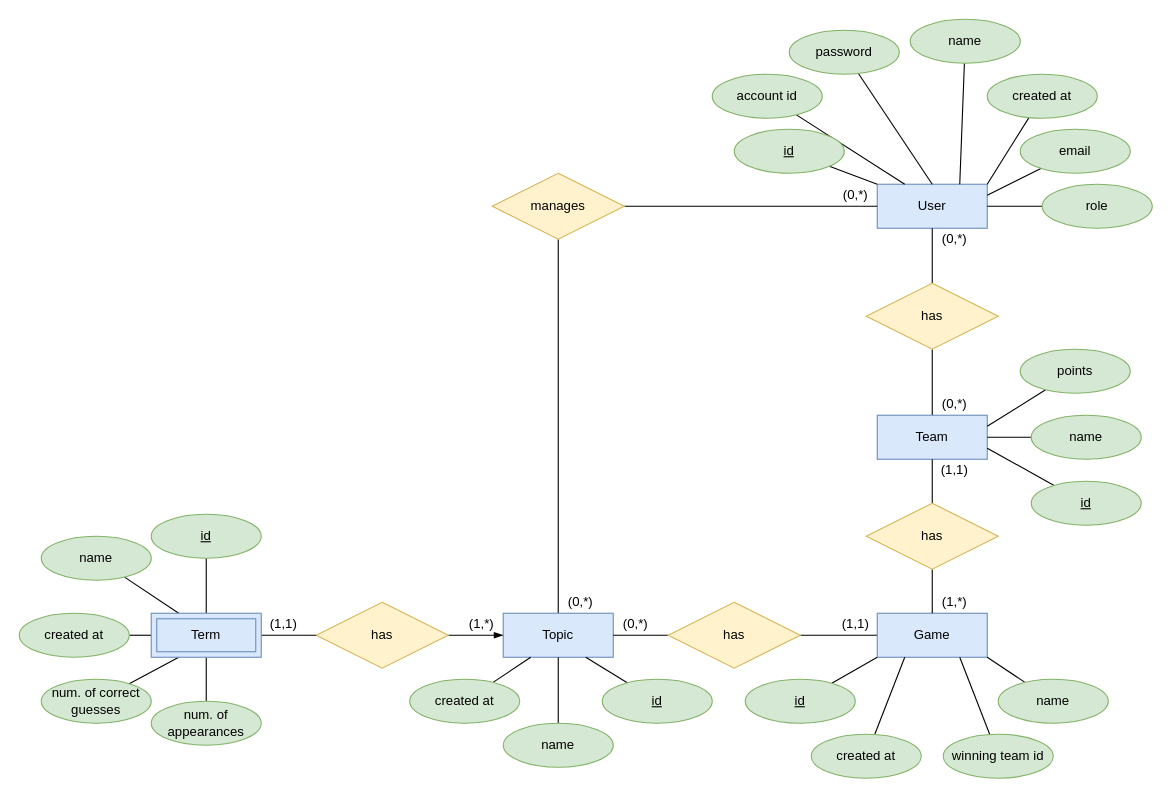
Above: documentation/er_diagram.drawio in BeyerMart/softwareEngineeringClass-timeGuessGame (draw.io), before the change. Source tidied: cells renumbered, new cells numbered last; positions are measured from the earlier drawing's top-left corner, leaving out a move shared by most shapes. Both pictures are drawn from the tidied source at 110%, with x=0, y=0 at pixel (19, 19).
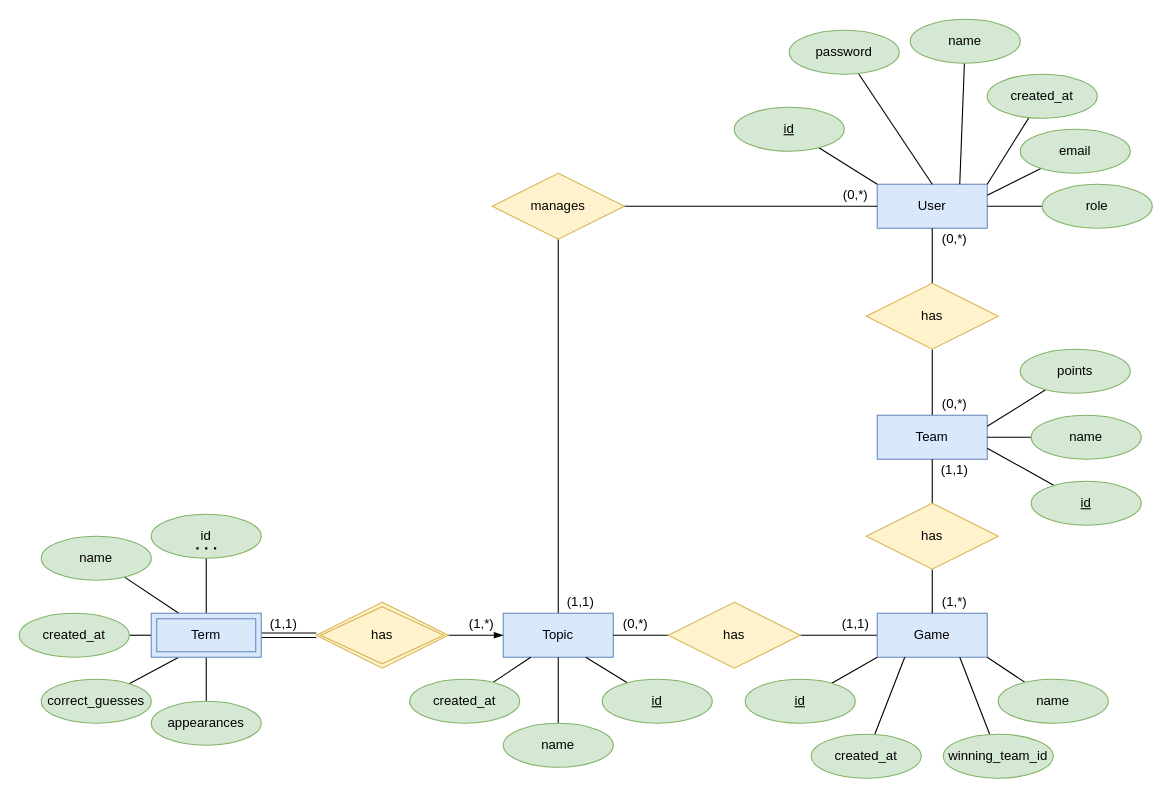
Above is the later version.

Commit message:
Fix ER diagram topic user relationship

Unchanged cells that the change refers to:
```xml
<mxCell id="2" value="&lt;div&gt;User&lt;/div&gt;" style="whiteSpace=wrap;html=1;align=center;fillColor=#dae8fc;strokeColor=#6c8ebf;" parent="1" vertex="1">
  <mxGeometry x="780" y="150" width="100" height="40" as="geometry" />
</mxCell>
<mxCell id="72" value="Term" style="shape=ext;margin=3;double=1;whiteSpace=wrap;html=1;align=center;fillColor=#dae8fc;strokeColor=#6c8ebf;" parent="1" vertex="1">
  <mxGeometry x="120" y="540" width="100" height="40" as="geometry" />
</mxCell>
```

What changed in the source:
```diff
@@
-    <mxCell id="9" style="edgeStyle=none;rounded=0;jettySize=auto;html=1;entryX=0.25;entryY=0;entryDx=0;entryDy=0;endArrow=none;endFill=0;" parent="1" edge="1" source="10" target="2">
-      <mxGeometry relative="1" as="geometry" />
-    </mxCell>
-    <mxCell id="10" value="account id" style="ellipse;whiteSpace=wrap;html=1;align=center;fillColor=#d5e8d4;strokeColor=#82b366;" parent="1" vertex="1">
-      <mxGeometry x="630" y="50" width="100" height="40" as="geometry" />
-    </mxCell>
@@
     <mxCell id="32" value="&lt;u&gt;id&lt;/u&gt;" style="ellipse;whiteSpace=wrap;html=1;align=center;fillColor=#d5e8d4;strokeColor=#82b366;" parent="1" vertex="1">
-      <mxGeometry x="650" y="100" width="100" height="40" as="geometry" />
+      <mxGeometry x="650" y="80" width="100" height="40" as="geometry" />
     </mxCell>
@@
-    <mxCell id="34" value="created at" style="ellipse;whiteSpace=wrap;html=1;align=center;fillColor=#d5e8d4;strokeColor=#82b366;" parent="1" vertex="1">
+    <mxCell id="34" value="created_at" style="ellipse;whiteSpace=wrap;html=1;align=center;fillColor=#d5e8d4;strokeColor=#82b366;" parent="1" vertex="1">
       <mxGeometry x="880" y="50" width="100" height="40" as="geometry" />
     </mxCell>
@@
-    <mxCell id="42" value="(0,*)" style="text;html=1;align=center;verticalAlign=middle;" parent="1" vertex="1">
+    <mxCell id="42" value="(1,1)" style="text;html=1;align=center;verticalAlign=middle;" parent="1" vertex="1">
       <mxGeometry x="490" y="520" width="40" height="20" as="geometry" />
     </mxCell>
@@
-    <mxCell id="45" value="created at" style="ellipse;whiteSpace=wrap;html=1;align=center;fillColor=#d5e8d4;strokeColor=#82b366;" parent="1" vertex="1">
+    <mxCell id="45" value="created_at" style="ellipse;whiteSpace=wrap;html=1;align=center;fillColor=#d5e8d4;strokeColor=#82b366;" parent="1" vertex="1">
       <mxGeometry y="540" width="100" height="40" as="geometry" />
     </mxCell>
@@
-    <mxCell id="47" value="created at" style="ellipse;whiteSpace=wrap;html=1;align=center;fillColor=#d5e8d4;strokeColor=#82b366;" parent="1" vertex="1">
+    <mxCell id="47" value="created_at" style="ellipse;whiteSpace=wrap;html=1;align=center;fillColor=#d5e8d4;strokeColor=#82b366;" parent="1" vertex="1">
       <mxGeometry x="355" y="600" width="100" height="40" as="geometry" />
     </mxCell>
@@
-    <mxCell id="49" value="created at" style="ellipse;whiteSpace=wrap;html=1;align=center;fillColor=#d5e8d4;strokeColor=#82b366;" parent="1" vertex="1">
+    <mxCell id="49" value="created_at" style="ellipse;whiteSpace=wrap;html=1;align=center;fillColor=#d5e8d4;strokeColor=#82b366;" parent="1" vertex="1">
       <mxGeometry x="720" y="650" width="100" height="40" as="geometry" />
     </mxCell>
@@
-    <mxCell id="51" value="num. of correct guesses" style="ellipse;whiteSpace=wrap;html=1;align=center;fillColor=#d5e8d4;strokeColor=#82b366;" parent="1" vertex="1">
+    <mxCell id="51" value="correct_guesses" style="ellipse;whiteSpace=wrap;html=1;align=center;fillColor=#d5e8d4;strokeColor=#82b366;" parent="1" vertex="1">
       <mxGeometry x="20" y="600" width="100" height="40" as="geometry" />
     </mxCell>
@@
-    <mxCell id="53" value="num. of appearances" style="ellipse;whiteSpace=wrap;html=1;align=center;fillColor=#d5e8d4;strokeColor=#82b366;" parent="1" vertex="1">
+    <mxCell id="53" value="appearances" style="ellipse;whiteSpace=wrap;html=1;align=center;fillColor=#d5e8d4;strokeColor=#82b366;" parent="1" vertex="1">
       <mxGeometry x="120" y="620" width="100" height="40" as="geometry" />
     </mxCell>
@@
-    <mxCell id="55" value="has" style="shape=rhombus;perimeter=rhombusPerimeter;whiteSpace=wrap;html=1;align=center;fillColor=#fff2cc;strokeColor=#d6b656;" parent="1" vertex="1">
+    <mxCell id="55" value="has" style="shape=rhombus;perimeter=rhombusPerimeter;whiteSpace=wrap;html=1;align=center;fillColor=#fff2cc;strokeColor=#d6b656;double=1;" parent="1" vertex="1">
       <mxGeometry x="270" y="530" width="120" height="60" as="geometry" />
     </mxCell>
@@
-    <mxCell id="70" value="&lt;u&gt;id&lt;/u&gt;" style="ellipse;whiteSpace=wrap;html=1;align=center;fillColor=#d5e8d4;strokeColor=#82b366;" parent="1" vertex="1">
+    <mxCell id="70" value="&lt;span&gt;id&lt;/span&gt;" style="ellipse;whiteSpace=wrap;html=1;align=center;fillColor=#d5e8d4;strokeColor=#82b366;fontStyle=0;" parent="1" vertex="1">
       <mxGeometry x="120" y="450" width="100" height="40" as="geometry" />
     </mxCell>
-    <mxCell id="71" style="edgeStyle=orthogonalEdgeStyle;rounded=0;jettySize=auto;html=1;entryX=0;entryY=0.5;entryDx=0;entryDy=0;endArrow=none;endFill=0;" parent="1" edge="1" source="72" target="55">
+    <mxCell id="71" style="edgeStyle=orthogonalEdgeStyle;rounded=0;jettySize=auto;html=1;entryX=0;entryY=0.5;entryDx=0;entryDy=0;endArrow=none;endFill=0;shape=link;" parent="1" edge="1" source="72" target="55">
       <mxGeometry relative="1" as="geometry" />
     </mxCell>
@@
-    <mxCell id="76" value="winning team id" style="ellipse;whiteSpace=wrap;html=1;align=center;fillColor=#d5e8d4;strokeColor=#82b366;" parent="1" vertex="1">
+    <mxCell id="76" value="winning_team_id" style="ellipse;whiteSpace=wrap;html=1;align=center;fillColor=#d5e8d4;strokeColor=#82b366;" parent="1" vertex="1">
       <mxGeometry x="840" y="650" width="100" height="40" as="geometry" />
     </mxCell>
@@
+    <mxCell id="78" style="endArrow=none;dashed=1;html=1;dashPattern=1 3;strokeWidth=2;" parent="1" edge="1">
+      <mxGeometry relative="1" as="geometry">
+        <mxPoint x="179" y="481" as="sourcePoint" />
+        <mxPoint x="159" y="481" as="targetPoint" />
+      </mxGeometry>
+    </mxCell>
```
